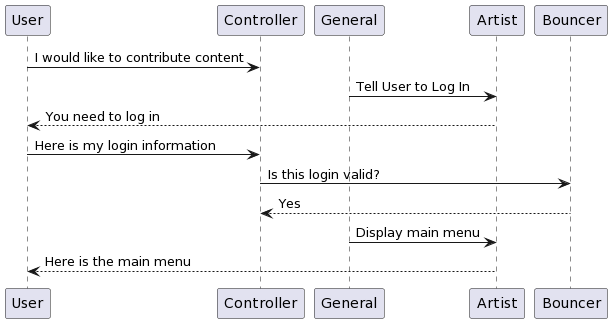
Earlier version of the PlantUML export 03_Elaboration/images/user_story_authentication.png (garthmortensen/BetterCryptoBureau).
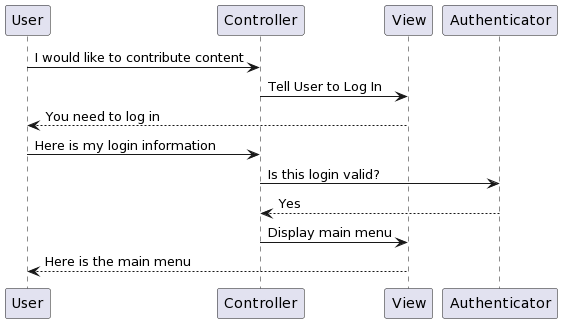
After the commit.

Commit message:
Convert role names into MVC terms, fix first sequence diagram

What changed in the source:
```diff
@@ -1,10 +1,10 @@
 @startuml
 User -> Controller: I would like to contribute content
-General -> Artist: Tell User to Log In
-Artist --> User: You need to log in
+Controller -> View: Tell User to Log In
+View --> User: You need to log in
 User -> Controller: Here is my login information
-Controller -> Bouncer: Is this login valid?
-Bouncer --> Controller: Yes
-General -> Artist: Display main menu
-Artist --> User: Here is the main menu
+Controller -> Authenticator: Is this login valid?
+Authenticator --> Controller: Yes
+Controller -> View: Display main menu
+View --> User: Here is the main menu
 @enduml
```
